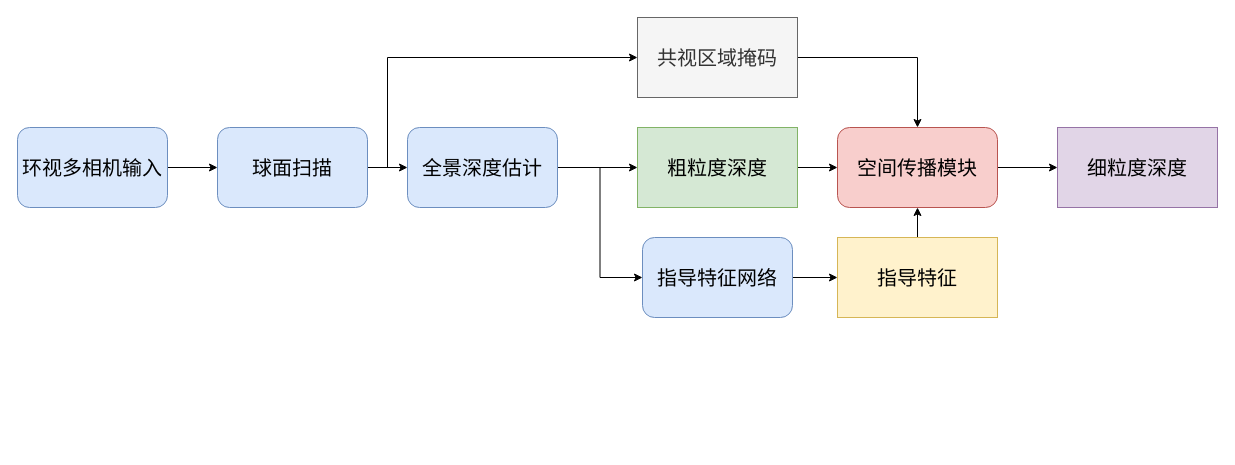
Before: cspn_enhance.drawio in wangpinzhi/wangpinzhi.github.io, a draw.io diagram. Source tidied: cells renumbered, new cells numbered last; positions are measured from the earlier drawing's top-left corner, leaving out a move shared by most shapes. Both pictures are drawn from the tidied source at 100%, with x=0, y=0 at pixel (17, 17). Pictures stored in the file or linked from it are replaced by grey dashed boxes.
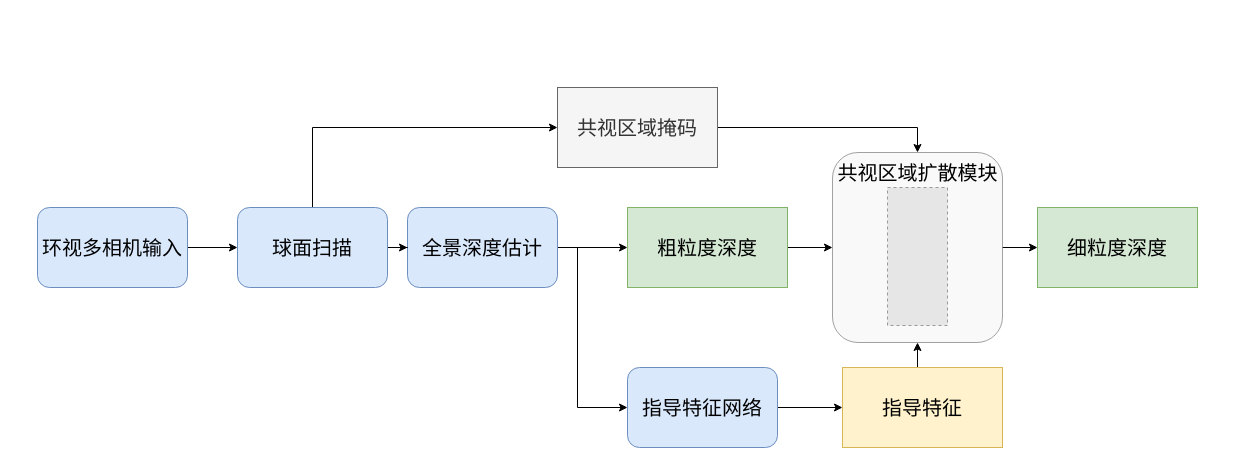
The same diagram, later.

The edit, as a diff of the source:
```diff
@@
     <mxCell id="3" value="环视多相机输入" style="rounded=1;whiteSpace=wrap;html=1;fillColor=#dae8fc;strokeColor=#6c8ebf;fontFamily=Times New Roman;fontSize=20;" parent="1" vertex="1">
-      <mxGeometry y="110" width="150" height="80" as="geometry" />
+      <mxGeometry x="20" y="190" width="150" height="80" as="geometry" />
     </mxCell>
@@
     <mxCell id="6" style="edgeStyle=orthogonalEdgeStyle;rounded=0;jettySize=auto;html=1;exitX=1;exitY=0.5;exitDx=0;exitDy=0;entryX=0;entryY=0.5;entryDx=0;entryDy=0;" parent="1" edge="1" source="7" target="20">
-      <mxGeometry relative="1" as="geometry" />
+      <mxGeometry relative="1" as="geometry">
+        <Array as="points">
+          <mxPoint x="560" y="230" />
+          <mxPoint x="560" y="390" />
+        </Array>
+      </mxGeometry>
     </mxCell>
     <mxCell id="7" value="全景深度估计" style="rounded=1;whiteSpace=wrap;html=1;fillColor=#dae8fc;strokeColor=#6c8ebf;fontFamily=Times New Roman;fontSize=20;" parent="1" vertex="1">
-      <mxGeometry x="390" y="110" width="150" height="80" as="geometry" />
+      <mxGeometry x="390" y="190" width="150" height="80" as="geometry" />
     </mxCell>
@@
     <mxCell id="9" value="指导特征" style="rounded=0;whiteSpace=wrap;html=1;fontSize=20;fontFamily=Times New Roman;fillColor=#fff2cc;strokeColor=#d6b656;" parent="1" vertex="1">
-      <mxGeometry x="820" y="220" width="160" height="80" as="geometry" />
+      <mxGeometry x="825" y="350" width="160" height="80" as="geometry" />
     </mxCell>
@@
     <mxCell id="11" value="粗粒度深度" style="rounded=0;whiteSpace=wrap;html=1;fontSize=20;fontFamily=Times New Roman;fillColor=#d5e8d4;strokeColor=#82b366;" parent="1" vertex="1">
-      <mxGeometry x="620" y="110" width="160" height="80" as="geometry" />
+      <mxGeometry x="610" y="190" width="160" height="80" as="geometry" />
     </mxCell>
@@
-    <mxCell id="13" value="空间传播模块" style="rounded=1;whiteSpace=wrap;html=1;fillColor=#f8cecc;strokeColor=#b85450;fontFamily=Times New Roman;fontSize=20;" parent="1" vertex="1">
-      <mxGeometry x="820" y="110" width="160" height="80" as="geometry" />
+    <mxCell id="13" style="rounded=1;whiteSpace=wrap;html=1;fontFamily=Times New Roman;fontSize=20;opacity=60;fillColor=#f5f5f5;fontColor=#333333;strokeColor=#666666;" parent="1" vertex="1">
+      <mxGeometry x="815" y="135" width="170" height="190" as="geometry" />
     </mxCell>
-    <mxCell id="14" value="细粒度深度" style="rounded=0;whiteSpace=wrap;html=1;fontSize=20;fontFamily=Times New Roman;fillColor=#e1d5e7;strokeColor=#9673a6;" parent="1" vertex="1">
-      <mxGeometry x="1040" y="110" width="160" height="80" as="geometry" />
+    <mxCell id="14" value="细粒度深度" style="rounded=0;whiteSpace=wrap;html=1;fontSize=20;fontFamily=Times New Roman;fillColor=#d5e8d4;strokeColor=#82b366;" parent="1" vertex="1">
+      <mxGeometry x="1020" y="190" width="160" height="80" as="geometry" />
     </mxCell>
@@
     <mxCell id="16" value="共视区域掩码" style="rounded=0;whiteSpace=wrap;html=1;fontSize=20;fontFamily=Times New Roman;fillColor=#f5f5f5;strokeColor=#666666;fontColor=#333333;" parent="1" vertex="1">
-      <mxGeometry x="620" width="160" height="80" as="geometry" />
+      <mxGeometry x="540" y="70" width="160" height="80" as="geometry" />
     </mxCell>
@@
-    <mxCell id="18" style="edgeStyle=orthogonalEdgeStyle;rounded=0;jettySize=auto;html=1;entryX=0;entryY=0.5;entryDx=0;entryDy=0;" parent="1" edge="1" source="19" target="16">
+    <mxCell id="18" style="edgeStyle=orthogonalEdgeStyle;rounded=0;jettySize=auto;html=1;entryX=0;entryY=0.5;entryDx=0;entryDy=0;exitX=0.5;exitY=0;exitDx=0;exitDy=0;" parent="1" edge="1" source="19" target="16">
       <mxGeometry relative="1" as="geometry">
         <Array as="points">
-          <mxPoint x="370" y="150" />
-          <mxPoint x="370" y="40" />
+          <mxPoint x="295" y="110" />
         </Array>
       </mxGeometry>
     </mxCell>
     <mxCell id="19" value="球面扫描" style="rounded=1;whiteSpace=wrap;html=1;fillColor=#dae8fc;strokeColor=#6c8ebf;fontFamily=Times New Roman;fontSize=20;" parent="1" vertex="1">
-      <mxGeometry x="200" y="110" width="150" height="80" as="geometry" />
+      <mxGeometry x="220" y="190" width="150" height="80" as="geometry" />
     </mxCell>
     <mxCell id="20" value="指导特征网络" style="rounded=1;whiteSpace=wrap;html=1;fillColor=#dae8fc;strokeColor=#6c8ebf;fontFamily=Times New Roman;fontSize=20;" parent="1" vertex="1">
-      <mxGeometry x="625" y="220" width="150" height="80" as="geometry" />
+      <mxGeometry x="610" y="350" width="150" height="80" as="geometry" />
     </mxCell>
+    <mxCell id="21" style="fillColor=#E6E6E6;strokeColor=#999999;dashed=1;verticalLabelPosition=bottom;labelBackgroundColor=default;verticalAlign=top;" parent="1" vertex="1">
+      <mxGeometry x="870" y="170" width="60" height="138" as="geometry" />
+    </mxCell>
+    <mxCell id="22" value="共视区域扩散模块" style="text;html=1;align=center;verticalAlign=middle;strokeColor=none;fillColor=none;fontSize=20;fontFamily=Times New Roman;" parent="1" vertex="1">
+      <mxGeometry x="810" y="135" width="180" height="40" as="geometry" />
+    </mxCell>
```
